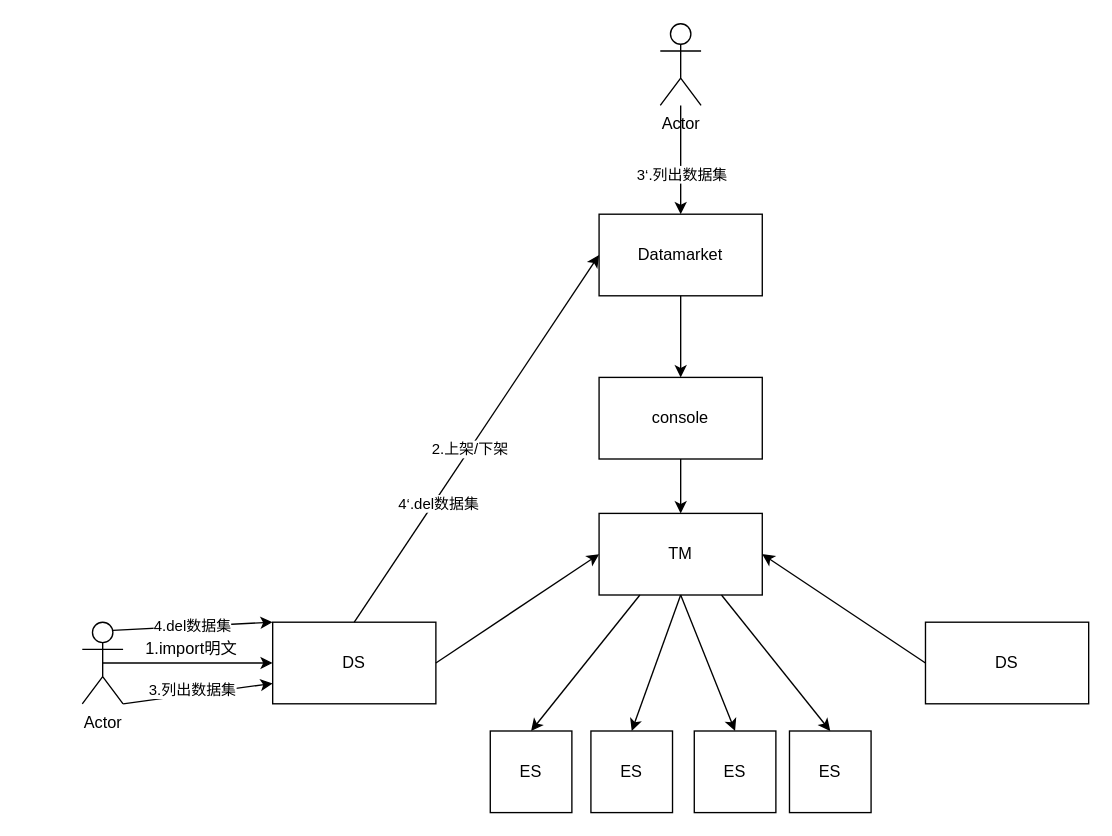
Earlier version of the draw.io diagram data_delete_.drawio (yankaili2006/drawing_io). Source tidied: cells renumbered, new cells numbered last; positions are measured from the earlier drawing's top-left corner, leaving out a move shared by most shapes. Both pictures are drawn from the tidied source at 136%, with x=0, y=0 at pixel (82, 23).
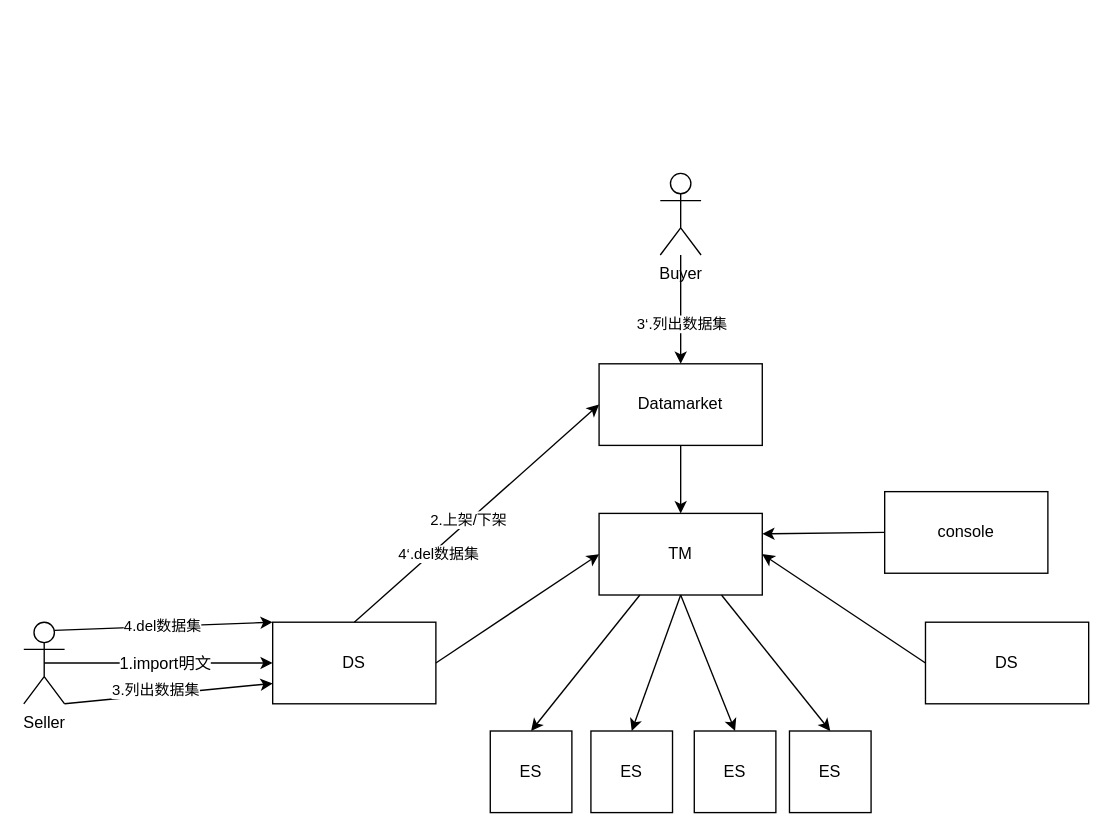
The same page after the edit.

Unchanged cells that the change refers to:
```xml
<mxCell id="3" value="TM" style="rounded=0;whiteSpace=wrap;html=1;" parent="1" vertex="1">
  <mxGeometry x="380" y="360" width="120" height="60" as="geometry" />
</mxCell>
<mxCell id="15" style="endArrow=classic;html=1;exitX=0.5;exitY=0.5;exitDx=0;exitDy=0;exitPerimeter=0;entryX=0;entryY=0.5;entryDx=0;entryDy=0;" parent="1" edge="1" source="14" target="2">
  <mxGeometry relative="1" as="geometry" />
</mxCell>
```

Diff of the diagram source:
```diff
@@
     <mxCell id="9" value="console" style="rounded=0;whiteSpace=wrap;html=1;" parent="1" vertex="1">
-      <mxGeometry x="380" y="260" width="120" height="60" as="geometry" />
+      <mxGeometry x="590" y="344" width="120" height="60" as="geometry" />
     </mxCell>
     <mxCell id="10" value="Datamarket" style="rounded=0;whiteSpace=wrap;html=1;" parent="1" vertex="1">
-      <mxGeometry x="380" y="140" width="120" height="60" as="geometry" />
+      <mxGeometry x="380" y="250" width="120" height="60" as="geometry" />
     </mxCell>
@@
-    <mxCell id="14" value="Actor" style="shape=umlActor;verticalLabelPosition=bottom;labelBackgroundColor=#ffffff;verticalAlign=top;html=1;outlineConnect=0;" parent="1" vertex="1">
-      <mxGeometry y="440" width="30" height="60" as="geometry" />
+    <mxCell id="14" value="Seller" style="shape=umlActor;verticalLabelPosition=bottom;labelBackgroundColor=#ffffff;verticalAlign=top;html=1;outlineConnect=0;" parent="1" vertex="1">
+      <mxGeometry x="-43" y="440" width="30" height="60" as="geometry" />
     </mxCell>
@@
-    <mxCell id="16" value="1.import明文" style="text;html=1;align=center;verticalAlign=middle;" parent="1" vertex="1">
-      <mxGeometry x="40" y="450" width="80" height="20" as="geometry" />
+    <mxCell id="16" value="&lt;span style=&quot;font-size: 12px&quot;&gt;1.import明文&lt;/span&gt;" style="edgeLabel;html=1;align=center;verticalAlign=middle;" parent="15" vertex="1">
+      <mxGeometry x="0.05" relative="1" as="geometry" />
     </mxCell>
@@
-    <mxCell id="21" style="endArrow=classic;html=1;entryX=0.5;entryY=0;entryDx=0;entryDy=0;exitX=0.5;exitY=1;exitDx=0;exitDy=0;" parent="1" edge="1" source="9" target="3">
+    <mxCell id="21" style="endArrow=classic;html=1;entryX=1;entryY=0.25;entryDx=0;entryDy=0;exitX=0;exitY=0.5;exitDx=0;exitDy=0;" parent="1" edge="1" source="9" target="3">
       <mxGeometry relative="1" as="geometry" />
     </mxCell>
-    <mxCell id="22" style="endArrow=classic;html=1;entryX=0.5;entryY=0;entryDx=0;entryDy=0;exitX=0.5;exitY=1;exitDx=0;exitDy=0;" parent="1" edge="1" source="10" target="9">
+    <mxCell id="22" style="endArrow=classic;html=1;entryX=0.5;entryY=0;entryDx=0;entryDy=0;exitX=0.5;exitY=1;exitDx=0;exitDy=0;" parent="1" edge="1" source="10" target="3">
       <mxGeometry relative="1" as="geometry" />
     </mxCell>
@@
-    <mxCell id="25" value="Actor" style="shape=umlActor;verticalLabelPosition=bottom;labelBackgroundColor=#ffffff;verticalAlign=top;html=1;outlineConnect=0;" parent="1" vertex="1">
-      <mxGeometry x="425" width="30" height="60" as="geometry" />
+    <mxCell id="25" value="Buyer" style="shape=umlActor;verticalLabelPosition=bottom;labelBackgroundColor=#ffffff;verticalAlign=top;html=1;outlineConnect=0;" parent="1" vertex="1">
+      <mxGeometry x="425" y="110" width="30" height="60" as="geometry" />
     </mxCell>
```
